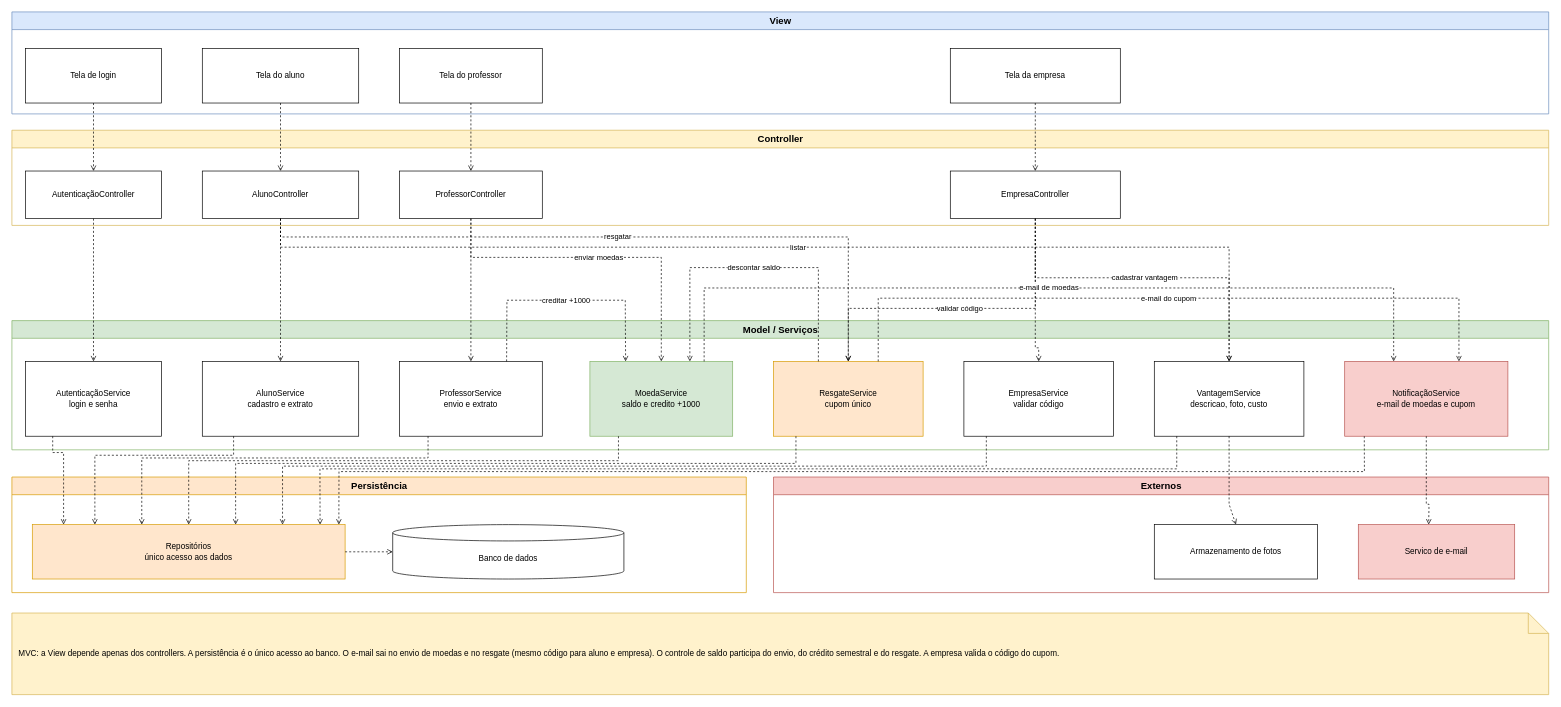
Above: Diagramas/03-diagrama-de-componentes.drawio in Kennykiller36/Sistema-de-Moeda-Estudantil (draw.io), before the change. Source tidied: cells renumbered, new cells numbered last; positions are measured from the earlier drawing's top-left corner, leaving out a move shared by most shapes. Both pictures are drawn from the tidied source at 68%, with x=0, y=0 at pixel (12, 12).
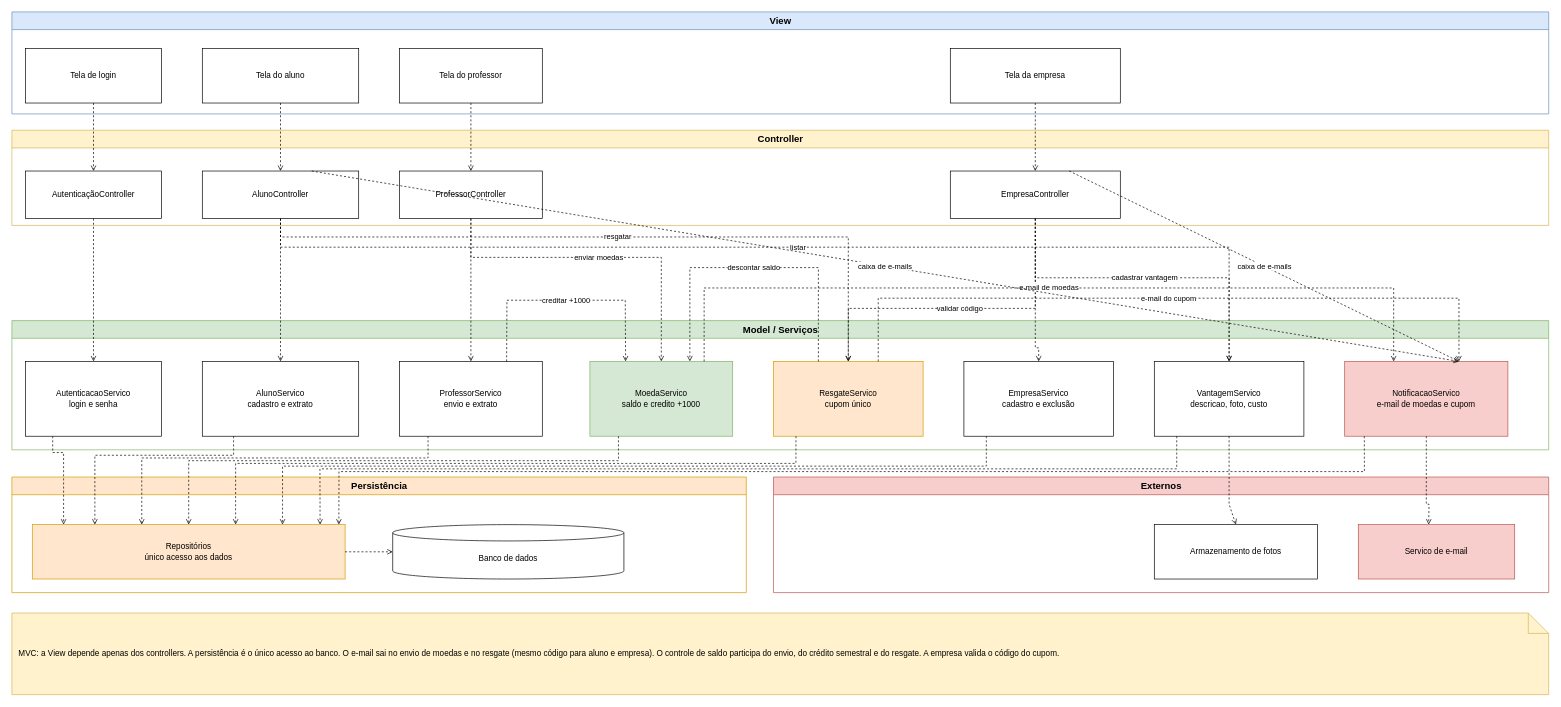
After the change.

The change refers to these unchanged cells:
```xml
<mxCell id="11" value="AlunoController" style="component;align=center;verticalAlign=middle;whiteSpace=wrap;html=1;fontSize=12;" parent="1" vertex="1">
  <mxGeometry x="280" y="234" width="230" height="70" as="geometry" />
</mxCell>
<mxCell id="19" value="EmpresaController" style="component;align=center;verticalAlign=middle;whiteSpace=wrap;html=1;fontSize=12;" parent="1" vertex="1">
  <mxGeometry x="1380" y="234" width="250" height="70" as="geometry" />
</mxCell>
```

The edit, as a diff of the source:
```diff
@@
-    <mxCell id="9" value="AutenticaçãoService&#10;login e senha" style="component;align=center;verticalAlign=middle;whiteSpace=wrap;html=1;fontSize=12;" parent="1" vertex="1">
+    <mxCell id="9" value="AutenticacaoServico&#10;login e senha" style="component;align=center;verticalAlign=middle;whiteSpace=wrap;html=1;fontSize=12;" parent="1" vertex="1">
       <mxGeometry x="20" y="514" width="200" height="110" as="geometry" />
     </mxCell>
@@
-    <mxCell id="12" value="AlunoService&#10;cadastro e extrato" style="component;align=center;verticalAlign=middle;whiteSpace=wrap;html=1;fontSize=12;" parent="1" vertex="1">
+    <mxCell id="12" value="AlunoServico&#10;cadastro e extrato" style="component;align=center;verticalAlign=middle;whiteSpace=wrap;html=1;fontSize=12;" parent="1" vertex="1">
       <mxGeometry x="280" y="514" width="230" height="110" as="geometry" />
     </mxCell>
@@
-    <mxCell id="15" value="ProfessorService&#10;envio e extrato" style="component;align=center;verticalAlign=middle;whiteSpace=wrap;html=1;fontSize=12;" parent="1" vertex="1">
+    <mxCell id="15" value="ProfessorServico&#10;envio e extrato" style="component;align=center;verticalAlign=middle;whiteSpace=wrap;html=1;fontSize=12;" parent="1" vertex="1">
       <mxGeometry x="570" y="514" width="210" height="110" as="geometry" />
     </mxCell>
-    <mxCell id="16" value="MoedaService&#10;saldo e credito +1000" style="component;align=center;verticalAlign=middle;whiteSpace=wrap;html=1;fontSize=12;fillColor=#d5e8d4;strokeColor=#82b366;" parent="1" vertex="1">
+    <mxCell id="16" value="MoedaServico&#10;saldo e credito +1000" style="component;align=center;verticalAlign=middle;whiteSpace=wrap;html=1;fontSize=12;fillColor=#d5e8d4;strokeColor=#82b366;" parent="1" vertex="1">
       <mxGeometry x="850" y="514" width="210" height="110" as="geometry" />
     </mxCell>
-    <mxCell id="17" value="ResgateService&#10;cupom único" style="component;align=center;verticalAlign=middle;whiteSpace=wrap;html=1;fontSize=12;fillColor=#ffe6cc;strokeColor=#d79b00;" parent="1" vertex="1">
+    <mxCell id="17" value="ResgateServico&#10;cupom único" style="component;align=center;verticalAlign=middle;whiteSpace=wrap;html=1;fontSize=12;fillColor=#ffe6cc;strokeColor=#d79b00;" parent="1" vertex="1">
       <mxGeometry x="1120" y="514" width="220" height="110" as="geometry" />
     </mxCell>
@@
-    <mxCell id="20" value="EmpresaService&#10;validar código" style="component;align=center;verticalAlign=middle;whiteSpace=wrap;html=1;fontSize=12;" parent="1" vertex="1">
+    <mxCell id="20" value="EmpresaServico&#10;cadastro e exclusão" style="component;align=center;verticalAlign=middle;whiteSpace=wrap;html=1;fontSize=12;" parent="1" vertex="1">
       <mxGeometry x="1400" y="514" width="220" height="110" as="geometry" />
     </mxCell>
-    <mxCell id="21" value="VantagemService&#10;descricao, foto, custo" style="component;align=center;verticalAlign=middle;whiteSpace=wrap;html=1;fontSize=12;" parent="1" vertex="1">
+    <mxCell id="21" value="VantagemServico&#10;descricao, foto, custo" style="component;align=center;verticalAlign=middle;whiteSpace=wrap;html=1;fontSize=12;" parent="1" vertex="1">
       <mxGeometry x="1680" y="514" width="220" height="110" as="geometry" />
     </mxCell>
-    <mxCell id="22" value="NotificaçãoService&#10;e-mail de moedas e cupom" style="component;align=center;verticalAlign=middle;whiteSpace=wrap;html=1;fontSize=12;fillColor=#f8cecc;strokeColor=#b85450;" parent="1" vertex="1">
+    <mxCell id="22" value="NotificacaoServico&#10;e-mail de moedas e cupom" style="component;align=center;verticalAlign=middle;whiteSpace=wrap;html=1;fontSize=12;fillColor=#f8cecc;strokeColor=#b85450;" parent="1" vertex="1">
       <mxGeometry x="1960" y="514" width="240" height="110" as="geometry" />
     </mxCell>
@@
+    <mxCell id="56" value="caixa de e-mails" style="endArrow=open;endFill=0;dashed=1;html=1;rounded=0;strokeWidth=1;fontSize=11;exitX=0.7;exitY=0;exitDx=0;exitDy=0;entryX=0.7;entryY=0;entryDx=0;entryDy=0;" parent="1" edge="1" source="11" target="22">
+      <mxGeometry relative="1" as="geometry" />
+    </mxCell>
+    <mxCell id="57" value="caixa de e-mails" style="endArrow=open;endFill=0;dashed=1;html=1;rounded=0;strokeWidth=1;fontSize=11;exitX=0.7;exitY=0;exitDx=0;exitDy=0;entryX=0.7;entryY=0;entryDx=0;entryDy=0;" parent="1" edge="1" source="19" target="22">
+      <mxGeometry relative="1" as="geometry" />
+    </mxCell>
```
